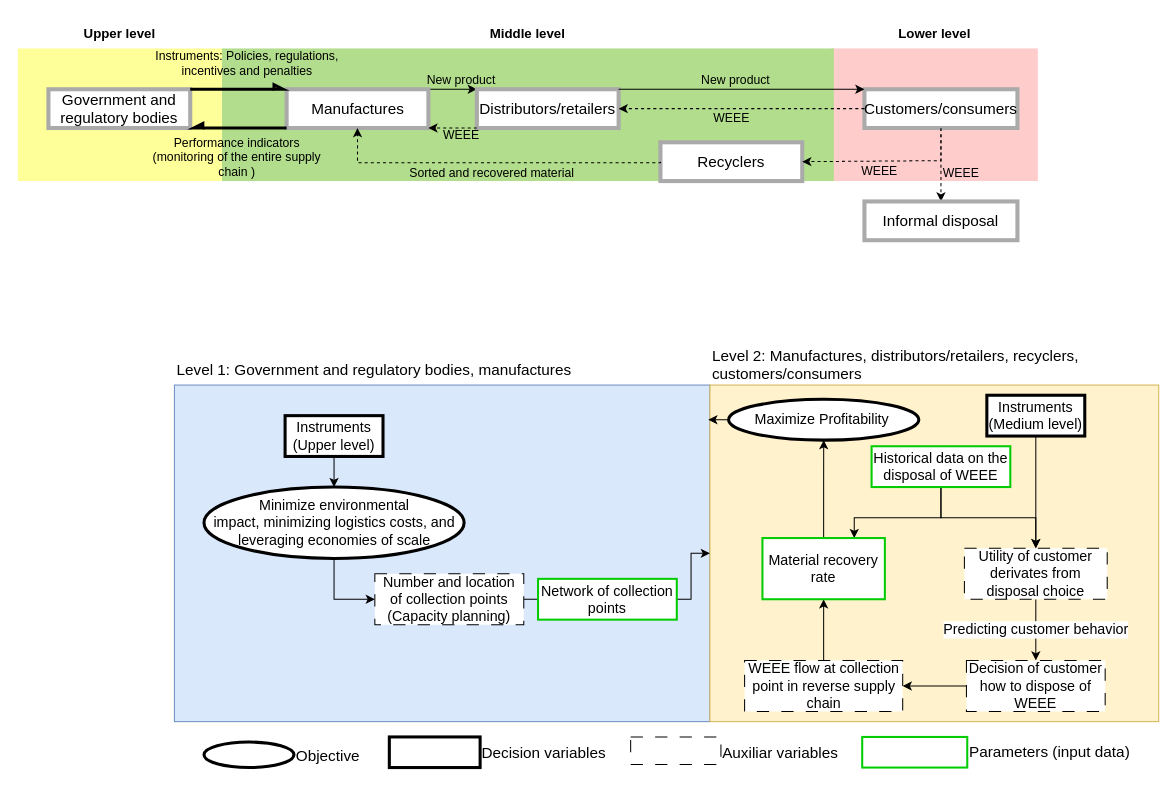
The draw.io diagram Unbenanntes Diagramm.drawio in lorerubiano22/LSRR_Working, before the edit. Source tidied: cells renumbered, new cells numbered last; positions are measured from the earlier drawing's top-left corner, leaving out a move shared by most shapes. Both pictures are drawn from the tidied source at 102%, with x=0, y=0 at pixel (17, 17).
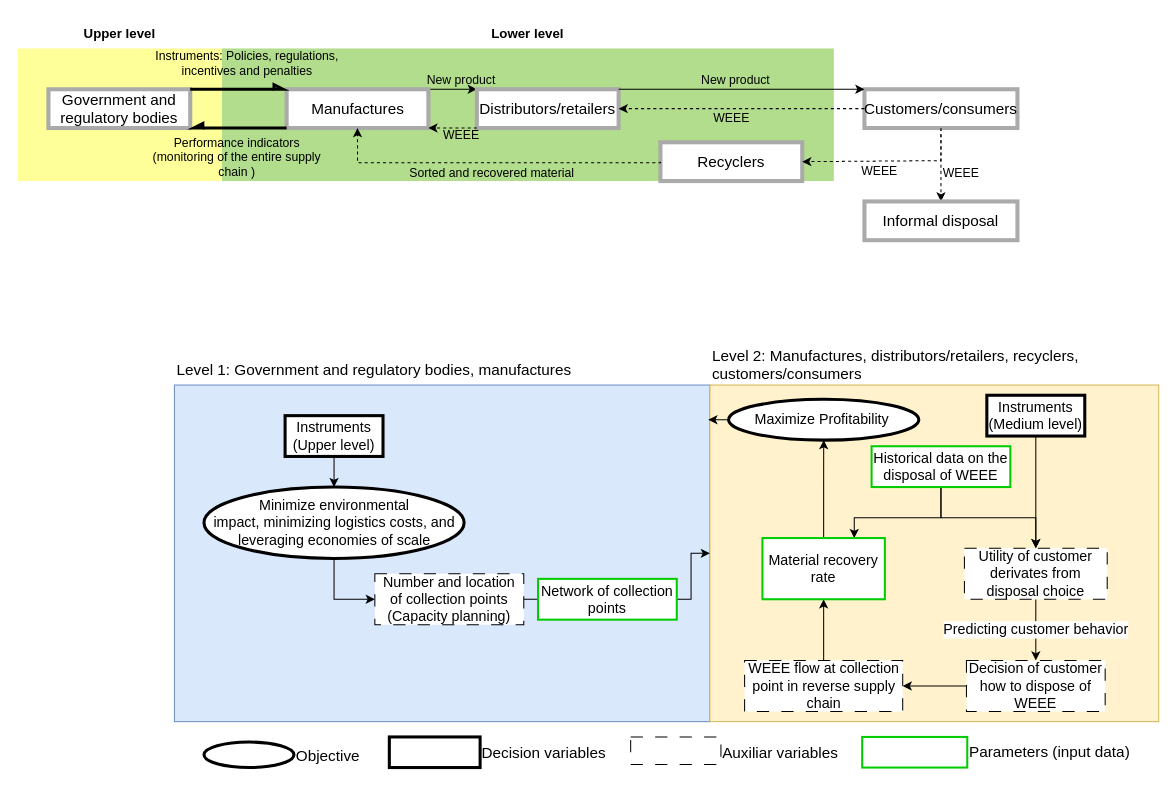
The same diagram, later.

Diff of the diagram source:
```diff
@@
-    <mxCell id="4" style="rounded=0;whiteSpace=wrap;html=1;strokeColor=none;fillColor=#FFCCCC;" parent="1" vertex="1">
-      <mxGeometry x="797" y="30" width="203" height="130" as="geometry" />
-    </mxCell>
@@
-    <mxCell id="29" value="Lower level" style="text;html=1;align=center;verticalAlign=middle;whiteSpace=wrap;rounded=0;fontStyle=1;fontSize=13;" parent="1" vertex="1">
-      <mxGeometry x="833.5" width="130" height="30" as="geometry" />
-    </mxCell>
-    <mxCell id="30" value="Middle level" style="text;html=1;align=center;verticalAlign=middle;whiteSpace=wrap;rounded=0;fontStyle=1;fontSize=13;" parent="1" vertex="1">
+    <mxCell id="30" value="Lower level" style="text;html=1;align=center;verticalAlign=middle;whiteSpace=wrap;rounded=0;fontStyle=1;fontSize=13;" parent="1" vertex="1">
       <mxGeometry x="435" width="130" height="30" as="geometry" />
     </mxCell>
```
